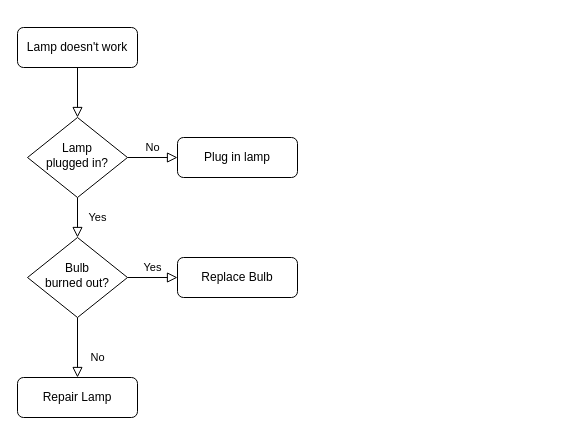
Before: 未命名绘图.drawio in duxiaozui/dong, a draw.io diagram. Source tidied: cells renumbered, new cells numbered last; positions are measured from the earlier drawing's top-left corner, leaving out a move shared by most shapes. Both pictures are drawn from the tidied source at 100%, with x=0, y=0 at pixel (17, 27).
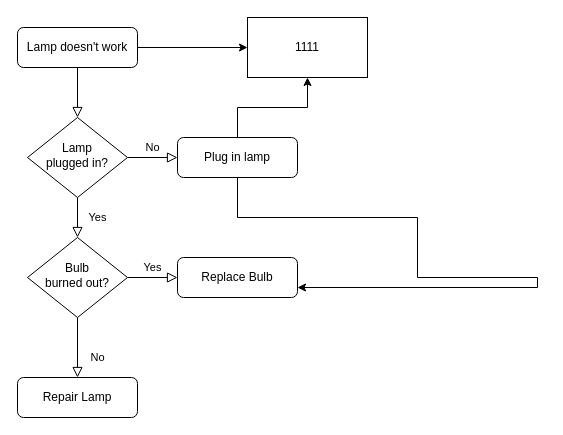
The same page after the edit.

The edit, as a diff of the source:
```diff
@@
 <mxGraphModel>
   <root>
     <mxCell id="0" />
     <mxCell id="1" parent="0" />
     <mxCell id="2" style="rounded=0;html=1;jettySize=auto;fontSize=11;endArrow=block;endFill=0;endSize=8;strokeWidth=1;shadow=0;labelBackgroundColor=none;edgeStyle=orthogonalEdgeStyle;" parent="1" edge="1" source="3" target="6">
       <mxGeometry relative="1" as="geometry" />
     </mxCell>
+    <mxCell id="13" style="edgeStyle=orthogonalEdgeStyle;rounded=0;jettySize=auto;html=1;" parent="1" edge="1" source="3" target="16">
+      <mxGeometry relative="1" as="geometry" />
+    </mxCell>
     <mxCell id="3" value="Lamp doesn't work" style="rounded=1;whiteSpace=wrap;html=1;fontSize=12;glass=0;strokeWidth=1;shadow=0;" parent="1" vertex="1">
       <mxGeometry width="120" height="40" as="geometry" />
     </mxCell>
     <mxCell id="4" value="Yes" style="rounded=0;html=1;jettySize=auto;fontSize=11;endArrow=block;endFill=0;endSize=8;strokeWidth=1;shadow=0;labelBackgroundColor=none;edgeStyle=orthogonalEdgeStyle;" parent="1" edge="1" source="6" target="10">
       <mxGeometry y="20" relative="1" as="geometry" />
     </mxCell>
     <mxCell id="5" value="No" style="edgeStyle=orthogonalEdgeStyle;rounded=0;html=1;jettySize=auto;fontSize=11;endArrow=block;endFill=0;endSize=8;strokeWidth=1;shadow=0;labelBackgroundColor=none;" parent="1" edge="1" source="6" target="7">
       <mxGeometry y="10" relative="1" as="geometry" />
     </mxCell>
     <mxCell id="6" value="Lamp&lt;br&gt;plugged in?" style="rhombus;whiteSpace=wrap;html=1;shadow=0;fontFamily=Helvetica;fontSize=12;align=center;strokeWidth=1;spacing=6;spacingTop=-4;" parent="1" vertex="1">
       <mxGeometry x="10" y="90" width="100" height="80" as="geometry" />
     </mxCell>
+    <mxCell id="14" style="edgeStyle=orthogonalEdgeStyle;rounded=0;jettySize=auto;html=1;entryX=0.5;entryY=1;entryDx=0;entryDy=0;" parent="1" edge="1" source="7" target="16">
+      <mxGeometry relative="1" as="geometry" />
+    </mxCell>
+    <mxCell id="15" style="edgeStyle=orthogonalEdgeStyle;rounded=0;jettySize=auto;html=1;entryX=1;entryY=0.75;entryDx=0;entryDy=0;" parent="1" edge="1" source="7" target="12">
+      <mxGeometry relative="1" as="geometry">
+        <Array as="points">
+          <mxPoint x="220" y="190" />
+          <mxPoint x="400" y="190" />
+          <mxPoint x="400" y="250" />
+          <mxPoint x="520" y="250" />
+          <mxPoint x="520" y="260" />
+        </Array>
+      </mxGeometry>
+    </mxCell>
     <mxCell id="7" value="Plug in lamp" style="rounded=1;whiteSpace=wrap;html=1;fontSize=12;glass=0;strokeWidth=1;shadow=0;" parent="1" vertex="1">
       <mxGeometry x="160" y="110" width="120" height="40" as="geometry" />
     </mxCell>
     <mxCell id="8" value="No" style="rounded=0;html=1;jettySize=auto;fontSize=11;endArrow=block;endFill=0;endSize=8;strokeWidth=1;shadow=0;labelBackgroundColor=none;edgeStyle=orthogonalEdgeStyle;" parent="1" edge="1" source="10" target="11">
       <mxGeometry x="0.33" y="20" relative="1" as="geometry" />
     </mxCell>
     <mxCell id="9" value="Yes" style="edgeStyle=orthogonalEdgeStyle;rounded=0;html=1;jettySize=auto;fontSize=11;endArrow=block;endFill=0;endSize=8;strokeWidth=1;shadow=0;labelBackgroundColor=none;" parent="1" edge="1" source="10" target="12">
       <mxGeometry y="10" relative="1" as="geometry" />
     </mxCell>
     <mxCell id="10" value="Bulb&lt;br&gt;burned out?" style="rhombus;whiteSpace=wrap;html=1;shadow=0;fontFamily=Helvetica;fontSize=12;align=center;strokeWidth=1;spacing=6;spacingTop=-4;" parent="1" vertex="1">
       <mxGeometry x="10" y="210" width="100" height="80" as="geometry" />
     </mxCell>
     <mxCell id="11" value="Repair Lamp" style="rounded=1;whiteSpace=wrap;html=1;fontSize=12;glass=0;strokeWidth=1;shadow=0;" parent="1" vertex="1">
       <mxGeometry y="350" width="120" height="40" as="geometry" />
     </mxCell>
     <mxCell id="12" value="Replace Bulb" style="rounded=1;whiteSpace=wrap;html=1;fontSize=12;glass=0;strokeWidth=1;shadow=0;" parent="1" vertex="1">
       <mxGeometry x="160" y="230" width="120" height="40" as="geometry" />
     </mxCell>
+    <mxCell id="16" value="1111" style="rounded=0;whiteSpace=wrap;html=1;" parent="1" vertex="1">
+      <mxGeometry x="230" y="-10" width="120" height="60" as="geometry" />
+    </mxCell>
   </root>
 </mxGraphModel>
```
